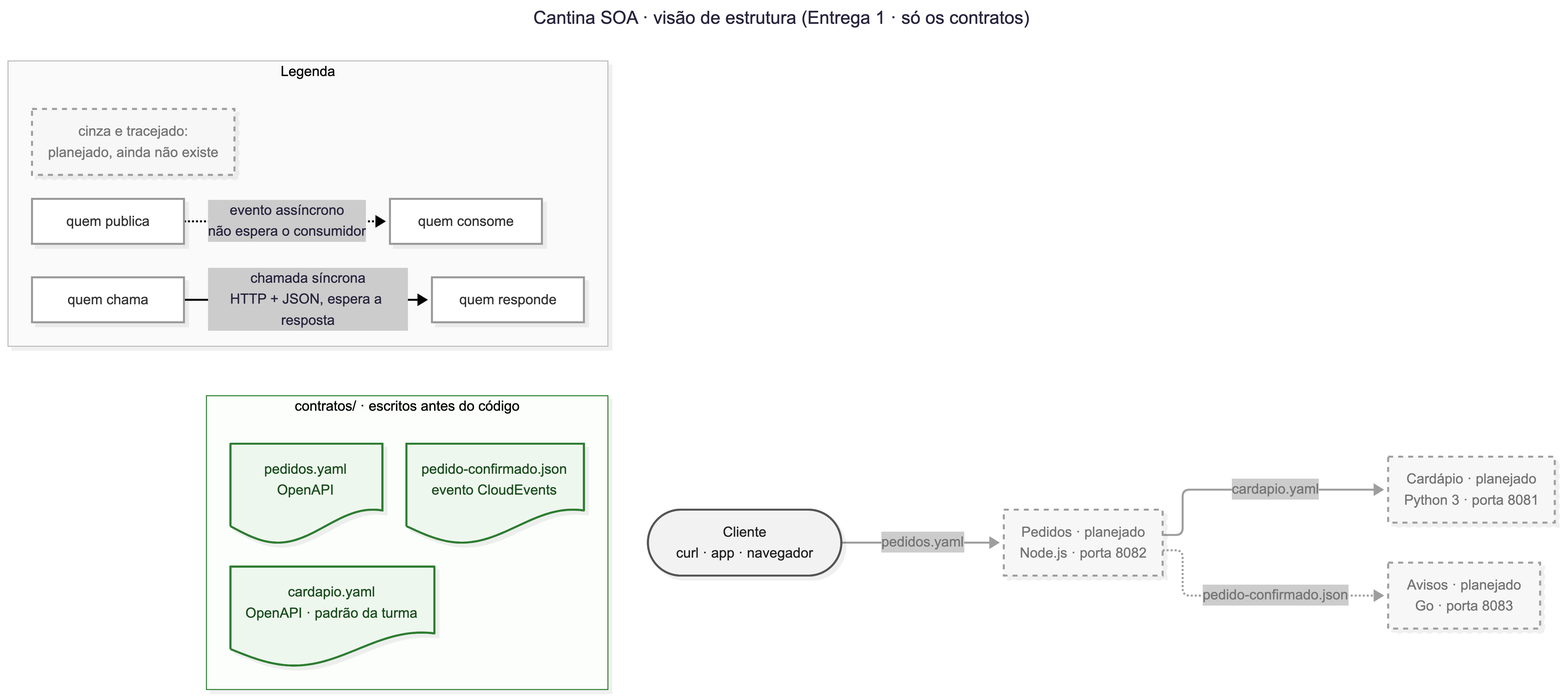
jota0802/cantina-soa keeps this Mermaid diagram as arquitetura/estrutura.png. Above is the earlier version. Its source is kept beside it as arquitetura/estrutura.mmd.
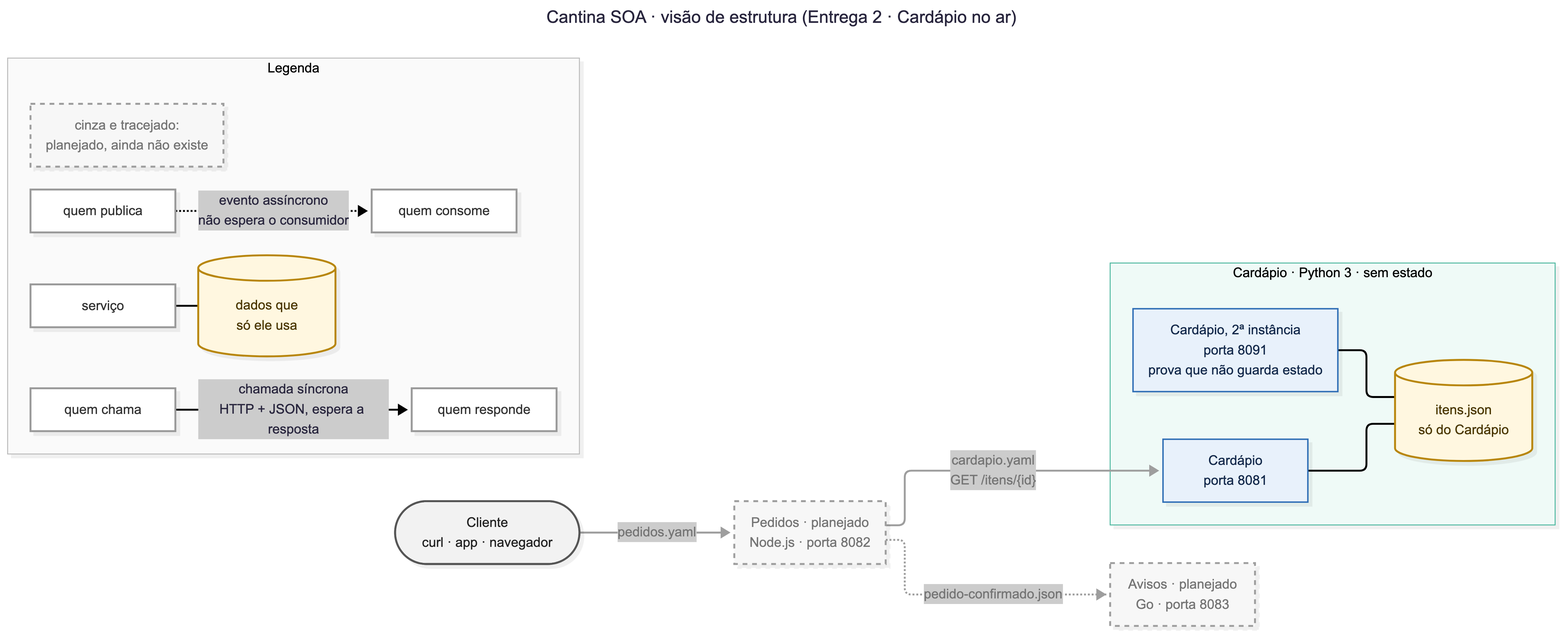
After the change.

Commit message:
arquitetura: Cardápio no ar, com os dados e a segunda instância

Change to the diagram source:
```diff
@@ -1,5 +1,5 @@
 ---
-title: Cantina SOA · visão de estrutura (Entrega 1 · só os contratos)
+title: Cantina SOA · visão de estrutura (Entrega 2 · Cardápio no ar)
 config:
   fontFamily: "Arial, Helvetica, sans-serif"
   flowchart:
@@ -8,39 +8,42 @@
 flowchart LR
   cliente(["Cliente<br/>curl · app · navegador"])
 
-  subgraph CON["contratos/ · escritos antes do código"]
+  subgraph CAR["Cardápio · Python 3 · sem estado"]
     direction TB
-    c1@{ shape: doc, label: "cardapio.yaml<br/>OpenAPI · padrão da turma" }
-    c2@{ shape: doc, label: "pedidos.yaml<br/>OpenAPI" }
-    c3@{ shape: doc, label: "pedido-confirmado.json<br/>evento CloudEvents" }
+    car1["Cardápio<br/>porta 8081"]
+    car2["Cardápio, 2ª instância<br/>porta 8091<br/>prova que não guarda estado"]
+    itens[("itens.json<br/>só do Cardápio")]
+    car1 --- itens
+    car2 --- itens
   end
 
   pedidos["Pedidos · planejado<br/>Node.js · porta 8082"]
-  car["Cardápio · planejado<br/>Python 3 · porta 8081"]
   av["Avisos · planejado<br/>Go · porta 8083"]
 
   cliente -->|"pedidos.yaml"| pedidos
-  pedidos -->|"cardapio.yaml"| car
+  pedidos -->|"cardapio.yaml<br/>GET /itens/{id}"| car1
   pedidos -.->|"pedido-confirmado.json"| av
-  CON ~~~ cliente
 
   subgraph LEG["Legenda"]
     direction LR
     la["quem chama"] -->|"chamada síncrona<br/>HTTP + JSON, espera a resposta"| lb["quem responde"]
     lc["quem publica"] -.->|"evento assíncrono<br/>não espera o consumidor"| ld["quem consome"]
+    le["serviço"] --- lf[("dados que<br/>só ele usa")]
     lp["cinza e tracejado:<br/>planejado, ainda não existe"]
   end
 
+  classDef servico fill:#e8f1fb,stroke:#2f6db5,stroke-width:1.5px,color:#13294b
+  classDef dados fill:#fff7e0,stroke:#b8860b,color:#4a3700
   classDef externo fill:#f2f2f2,stroke:#555,color:#222
-  classDef contrato fill:#eef7ee,stroke:#2e7d32,color:#1b4d1e
   classDef planejado fill:#f7f7f7,stroke:#9e9e9e,stroke-dasharray:5 5,color:#757575
   classDef legenda fill:#ffffff,stroke:#999,color:#333
 
+  class car1,car2 servico
+  class itens,lf dados
   class cliente externo
-  class c1,c2,c3 contrato
-  class pedidos,car,av,lp planejado
-  class la,lb,lc,ld legenda
+  class pedidos,av,lp planejado
+  class la,lb,lc,ld,le legenda
 
-  linkStyle 0,1,2 stroke:#9e9e9e,color:#757575
-  style CON fill:#fbfefb,stroke:#2e7d32
+  linkStyle 2,3,4 stroke:#9e9e9e,color:#757575
+  style CAR fill:#effaf7,stroke:#4fb8a0
   style LEG fill:#fafafa,stroke:#bbb
```
